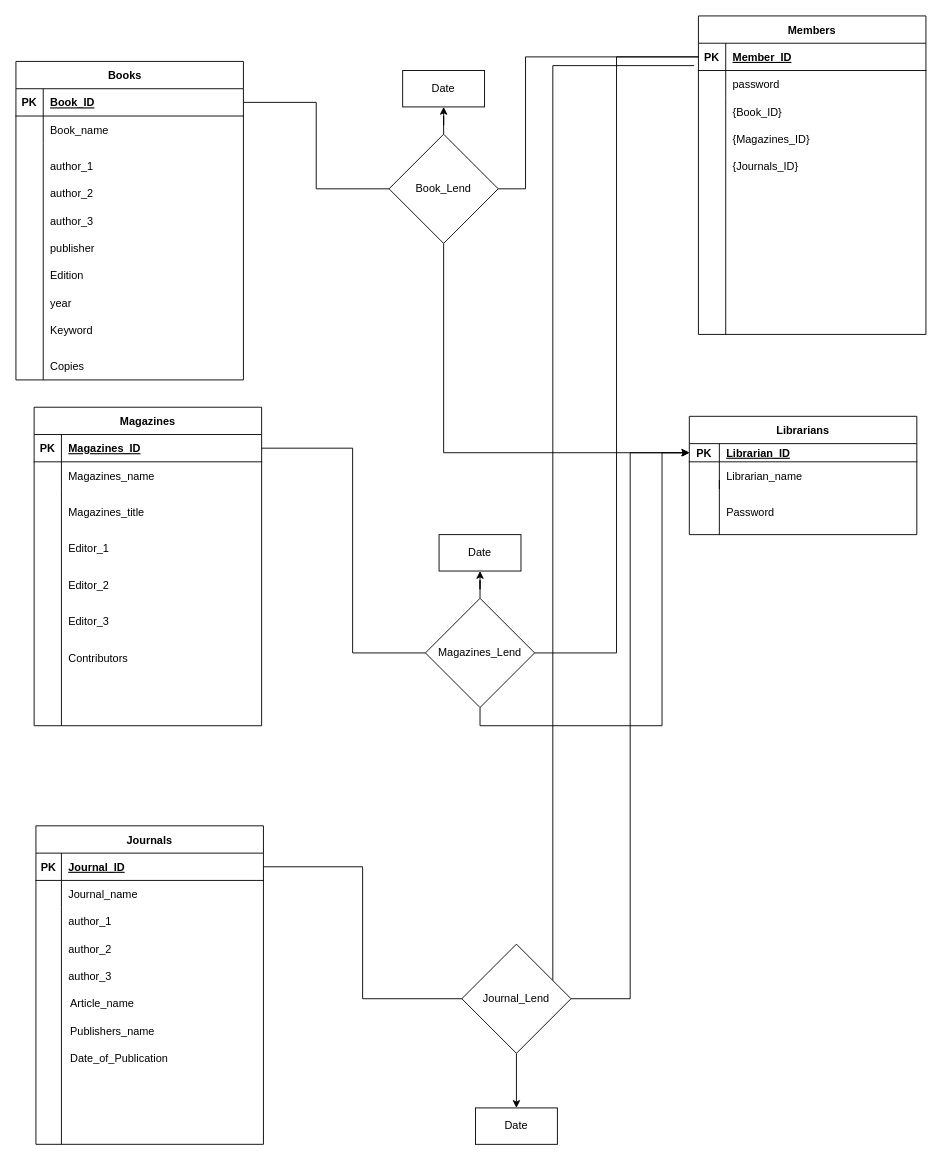
tanand4/Library-management-system keeps this draw.io diagram as page "Page-1" (1 of 2) of Untitled Diagram.drawio. Above is the earlier version. Source tidied: cells renumbered, new cells numbered last; positions are measured from the earlier drawing's top-left corner, leaving out a move shared by most shapes. Both pictures are drawn from the tidied source at 91%, with x=0, y=0 at pixel (15, 15).
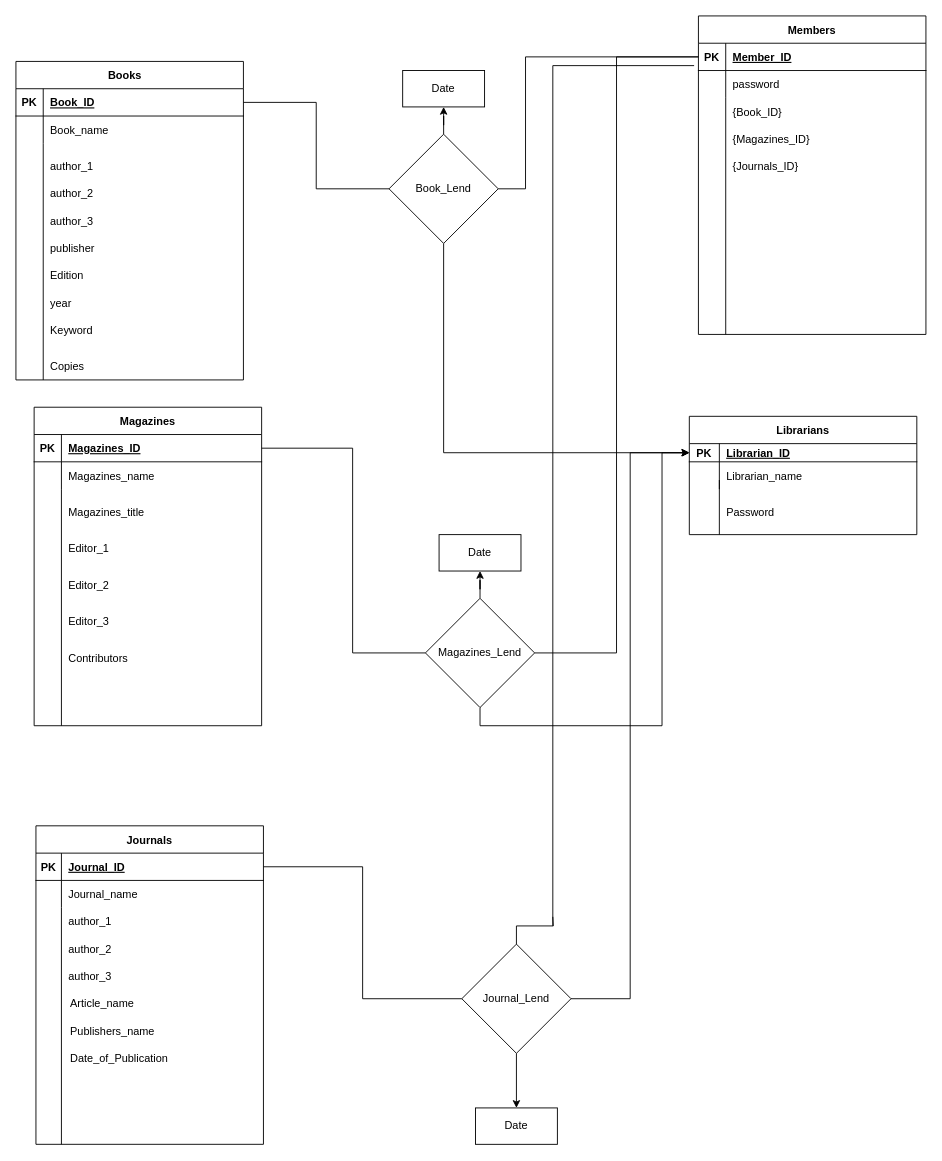
After the change.

Commit message:
Library Management system ER Diagram.drawio

The change refers to these unchanged cells:
```xml
<mxCell id="73" style="shape=partialRectangle;fillColor=none;points=[[0,0.5],[1,0.5]];portConstraint=eastwest;top=0;left=0;right=0;bottom=1;" parent="72" vertex="1">
  <mxGeometry y="30" width="250" height="30" as="geometry" />
</mxCell>
<mxCell id="108" value="Journal_Lend" style="rhombus;whiteSpace=wrap;html=1;" parent="1" vertex="1">
  <mxGeometry x="490" y="1020" width="120" height="120" as="geometry" />
</mxCell>
```

Diff of the diagram source:
```diff
@@
-    <mxCell id="107" style="edgeStyle=orthogonalEdgeStyle;rounded=0;jettySize=auto;html=1;entryX=-0.019;entryY=0.82;entryDx=0;entryDy=0;entryPerimeter=0;endArrow=none;endFill=0;" parent="1" edge="1" source="108" target="73">
+    <mxCell id="107" style="edgeStyle=orthogonalEdgeStyle;rounded=0;jettySize=auto;html=1;entryX=-0.019;entryY=0.82;entryDx=0;entryDy=0;entryPerimeter=0;endArrow=none;endFill=0;" parent="1" edge="1" target="73">
       <mxGeometry relative="1" as="geometry">
+        <mxPoint x="590" y="1000" as="sourcePoint" />
         <Array as="points">
           <mxPoint x="590" y="55" />
         </Array>
       </mxGeometry>
     </mxCell>
+    <mxCell id="110" style="edgeStyle=orthogonalEdgeStyle;rounded=0;jettySize=auto;html=1;exitX=0.5;exitY=0;exitDx=0;exitDy=0;startArrow=none;startFill=0;endArrow=none;endFill=0;" parent="1" edge="1" source="108">
+      <mxGeometry relative="1" as="geometry">
+        <mxPoint x="590" y="990" as="targetPoint" />
+      </mxGeometry>
+    </mxCell>
```
